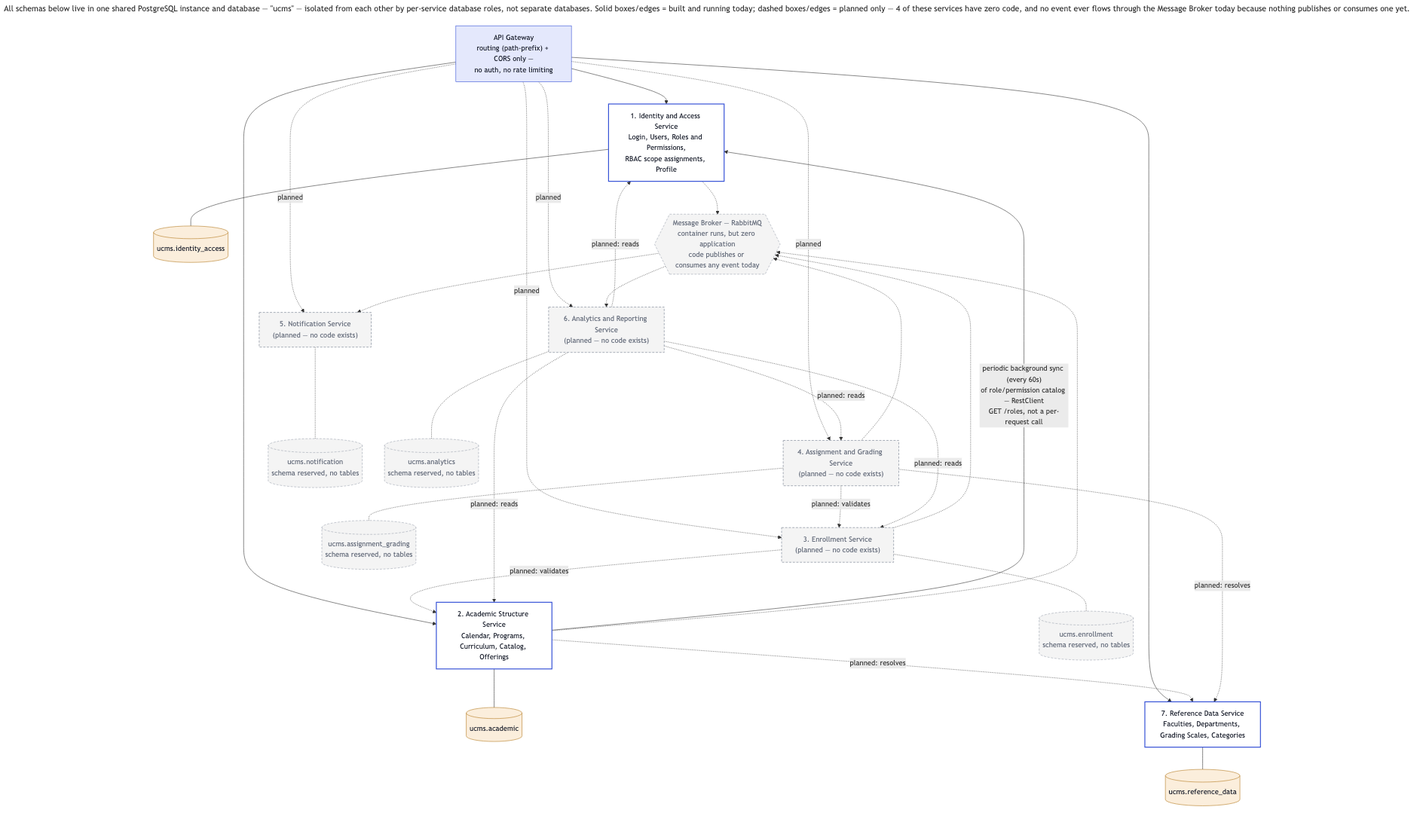
Above: docs/architecture/microservices-architecture.png in ESD-ONE/University-Course-Management-System (Mermaid), before the change. Its source is kept beside it as docs/architecture/microservices-architecture.mmd.
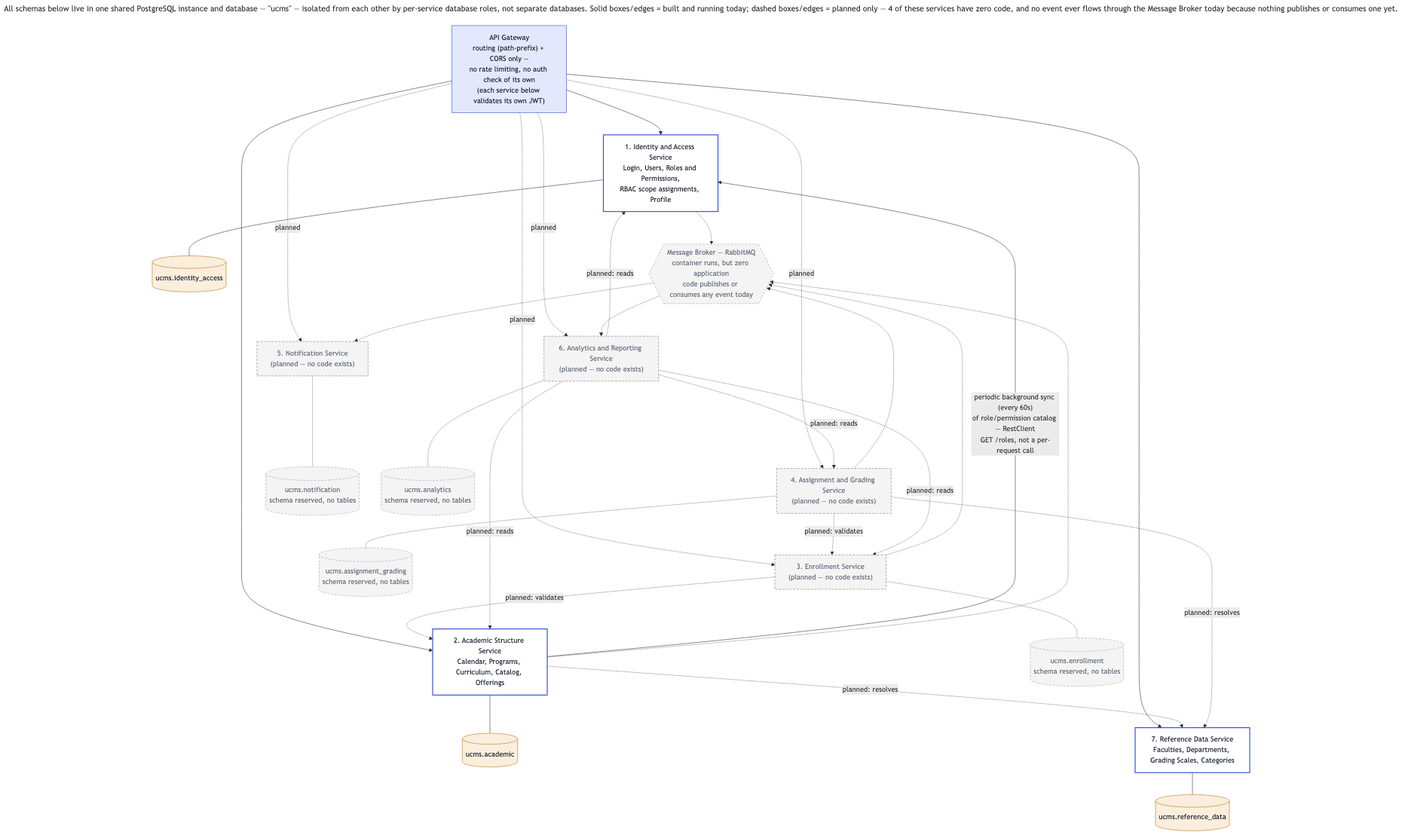
The same file after the commit.

Commit message:
Clarify Gateway auth/RabbitMQ status in docs and diagrams

What changed in the source:
```diff
@@ -2,7 +2,7 @@
 title: "All schemas below live in one shared PostgreSQL instance and database — \"ucms\" — isolated from each other by per-service database roles, not separate databases. Solid boxes/edges = built and running today; dashed boxes/edges = planned only — 4 of these services have zero code, and no event ever flows through the Message Broker today because nothing publishes or consumes one yet."
 ---
 flowchart TB
-    GW["API Gateway<br/>routing (path-prefix) + CORS only —<br/>no auth, no rate limiting"]
+    GW["API Gateway<br/>routing (path-prefix) + CORS only —<br/>no rate limiting, no auth check of its own<br/>(each service below validates its own JWT)"]
 
     IAM["1. Identity and Access Service<br/>Login, Users, Roles and Permissions,<br/>RBAC scope assignments, Profile"]
     IAMSCHEMA[("ucms.identity_access")]
```
